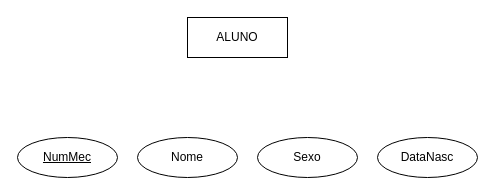
VascoMatos/diagramas keeps this draw.io diagram as DiagramaEscolar.drawio. Above is the earlier version. Source tidied: cells renumbered, new cells numbered last; positions are measured from the earlier drawing's top-left corner, leaving out a move shared by most shapes. Both pictures are drawn from the tidied source at 100%, with x=0, y=0 at pixel (17, 17).
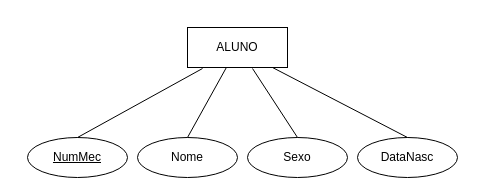
After the change.

Diff of the diagram source:
```diff
@@
 <mxGraphModel>
   <root>
     <mxCell id="0" />
     <mxCell id="1" parent="0" />
     <mxCell id="2" value="ALUNO" style="whiteSpace=wrap;html=1;align=center;" parent="1" vertex="1">
-      <mxGeometry x="170" width="100" height="40" as="geometry" />
+      <mxGeometry x="170" y="10" width="100" height="40" as="geometry" />
     </mxCell>
     <mxCell id="3" value="NumMec" style="ellipse;whiteSpace=wrap;html=1;align=center;fontStyle=4;" parent="1" vertex="1">
-      <mxGeometry y="120" width="100" height="40" as="geometry" />
+      <mxGeometry x="10" y="120" width="100" height="40" as="geometry" />
     </mxCell>
     <mxCell id="4" value="Nome" style="ellipse;whiteSpace=wrap;html=1;align=center;" parent="1" vertex="1">
       <mxGeometry x="120" y="120" width="100" height="40" as="geometry" />
     </mxCell>
     <mxCell id="5" value="Sexo" style="ellipse;whiteSpace=wrap;html=1;align=center;" parent="1" vertex="1">
-      <mxGeometry x="240" y="120" width="100" height="40" as="geometry" />
+      <mxGeometry x="230" y="120" width="100" height="40" as="geometry" />
     </mxCell>
     <mxCell id="6" value="DataNasc" style="ellipse;whiteSpace=wrap;html=1;align=center;" parent="1" vertex="1">
-      <mxGeometry x="360" y="120" width="100" height="40" as="geometry" />
+      <mxGeometry x="340" y="120" width="100" height="40" as="geometry" />
     </mxCell>
+    <mxCell id="7" style="endArrow=none;html=1;rounded=0;exitX=0.15;exitY=1.025;exitDx=0;exitDy=0;entryX=0.5;entryY=0;entryDx=0;entryDy=0;exitPerimeter=0;" parent="1" edge="1" source="2" target="3">
+      <mxGeometry relative="1" as="geometry" />
+    </mxCell>
+    <mxCell id="8" style="endArrow=none;html=1;rounded=0;entryX=0.5;entryY=0;entryDx=0;entryDy=0;" parent="1" edge="1" source="2" target="4">
+      <mxGeometry relative="1" as="geometry" />
+    </mxCell>
+    <mxCell id="9" style="endArrow=none;html=1;rounded=0;exitX=0.65;exitY=1.025;exitDx=0;exitDy=0;entryX=0.5;entryY=0;entryDx=0;entryDy=0;exitPerimeter=0;" parent="1" edge="1" source="2" target="5">
+      <mxGeometry relative="1" as="geometry" />
+    </mxCell>
+    <mxCell id="10" style="endArrow=none;html=1;rounded=0;exitX=0.85;exitY=1;exitDx=0;exitDy=0;entryX=0.5;entryY=0;entryDx=0;entryDy=0;exitPerimeter=0;" parent="1" edge="1" source="2" target="6">
+      <mxGeometry relative="1" as="geometry" />
+    </mxCell>
   </root>
 </mxGraphModel>
```
